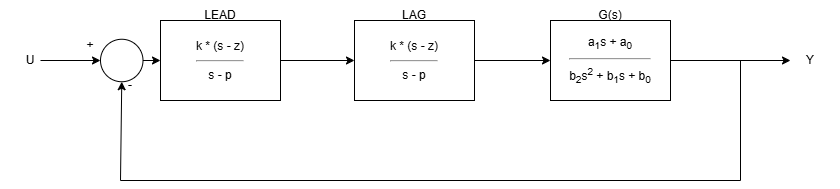
This is MMM_diagram.png from Kruk1/MMM, a draw.io export, as it was before one commit. Source tidied: cells renumbered, new cells last; positions are measured from the earlier drawing's top-left corner, leaving out a move shared by most shapes.
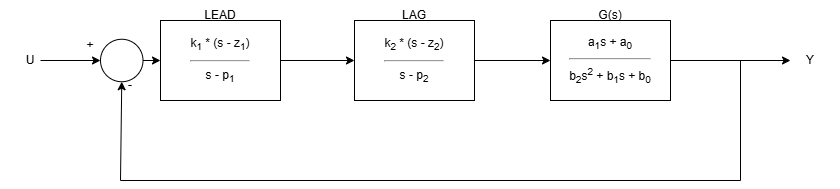
Later version of the same file.

What changed in the source:
```diff
@@ -72,10 +72,10 @@
     <mxCell id="17" value="Y" style="text;html=1;align=center;verticalAlign=middle;whiteSpace=wrap;rounded=0;" parent="1" vertex="1">
       <mxGeometry x="780" y="50" width="60" height="20" as="geometry" />
     </mxCell>
-    <mxCell id="18" value="k * (s - z)&lt;hr&gt;s - p" style="html=1;whiteSpace=wrap;" parent="1" vertex="1">
+    <mxCell id="18" value="k&lt;sub&gt;1&lt;/sub&gt; * (s - z&lt;sub&gt;1&lt;/sub&gt;)&lt;hr&gt;s - p&lt;sub&gt;1&lt;/sub&gt;" style="html=1;whiteSpace=wrap;" parent="1" vertex="1">
       <mxGeometry x="160" y="20" width="120" height="80" as="geometry" />
     </mxCell>
-    <mxCell id="19" value="k * (s - z)&lt;hr&gt;s - p" style="html=1;whiteSpace=wrap;" parent="1" vertex="1">
+    <mxCell id="19" value="k&lt;sub&gt;2&lt;/sub&gt; * (s - z&lt;sub&gt;2&lt;/sub&gt;)&lt;hr&gt;s - p&lt;sub&gt;2&lt;/sub&gt;" style="html=1;whiteSpace=wrap;" parent="1" vertex="1">
       <mxGeometry x="354" y="20" width="120" height="80" as="geometry" />
     </mxCell>
     <mxCell id="20" value="a&lt;sub&gt;1&lt;/sub&gt;s + a&lt;sub&gt;0&lt;/sub&gt;&lt;hr&gt;b&lt;sub&gt;2&lt;/sub&gt;s&lt;sup&gt;2&lt;/sup&gt; + b&lt;sub&gt;1&lt;/sub&gt;s + b&lt;sub&gt;0&lt;/sub&gt;" style="html=1;whiteSpace=wrap;" parent="1" vertex="1">
```
